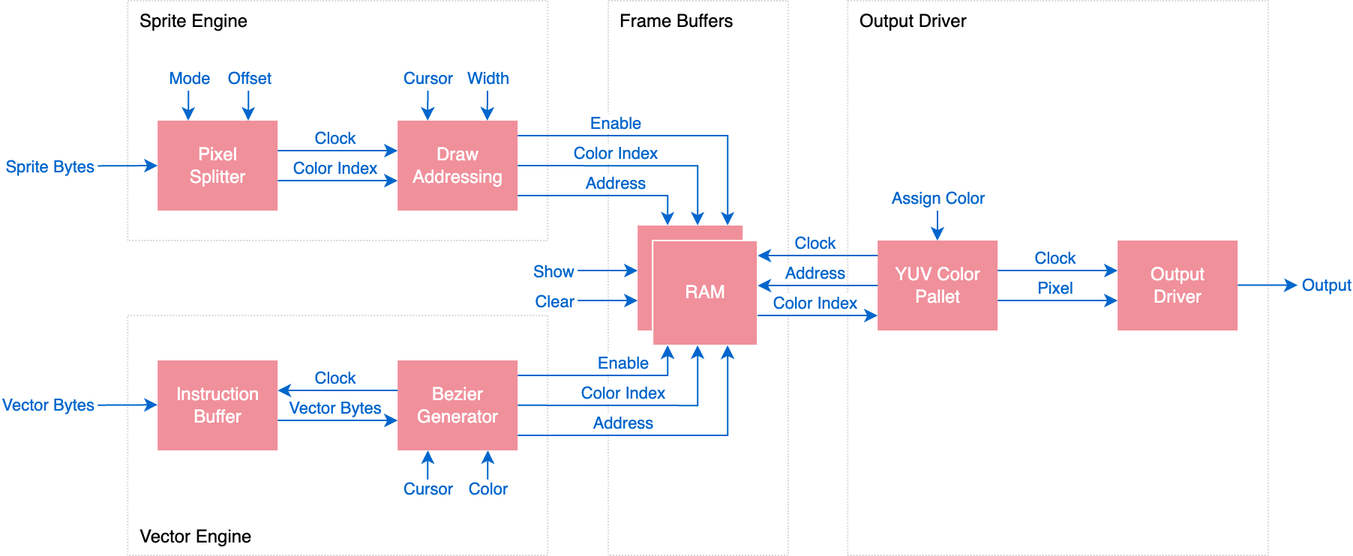
Earlier version of the draw.io export source/fpga/docs/graphics-pipeline-architecture.drawio.png (brilliantlabsAR/frame-codebase). Source tidied: cells renumbered, new cells last; positions are measured from the earlier drawing's top-left corner, leaving out a move shared by most shapes.
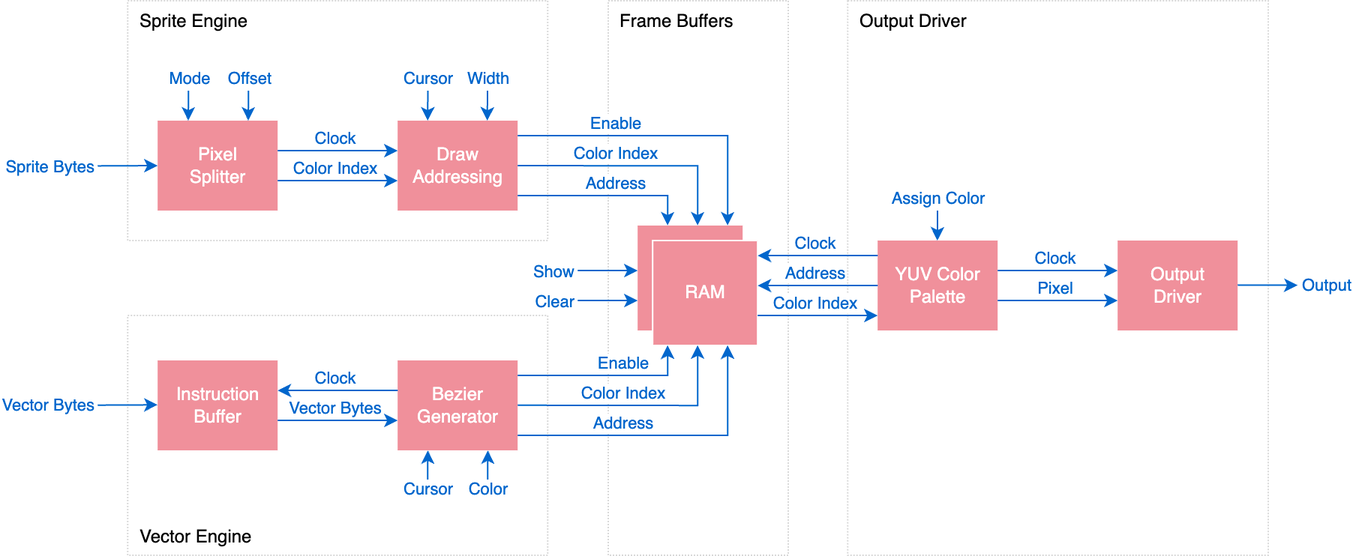
The same diagram one commit later.

The edit, as a diff of the source:
```diff
@@ -17,7 +17,7 @@
     <mxCell id="6" value="Pixel&lt;br&gt;Splitter" style="rounded=0;whiteSpace=wrap;html=1;fillColor=#F0909B;strokeColor=none;fontColor=#FFFFFF;" parent="1" vertex="1">
       <mxGeometry x="39.6" y="80" width="80" height="60" as="geometry" />
     </mxCell>
-    <mxCell id="7" value="YUV Color&lt;br&gt;Pallet" style="rounded=0;whiteSpace=wrap;html=1;fillColor=#F0909B;strokeColor=none;fontColor=#FFFFFF;" parent="1" vertex="1">
+    <mxCell id="7" value="YUV Color&lt;br&gt;Palette" style="rounded=0;whiteSpace=wrap;html=1;fillColor=#F0909B;strokeColor=none;fontColor=#FFFFFF;" parent="1" vertex="1">
       <mxGeometry x="519.6" y="160" width="80" height="60" as="geometry" />
     </mxCell>
     <mxCell id="8" value="Draw&lt;br&gt;Addressing" style="rounded=0;whiteSpace=wrap;html=1;fillColor=#F0909B;strokeColor=none;fontColor=#FFFFFF;" parent="1" vertex="1">
```
